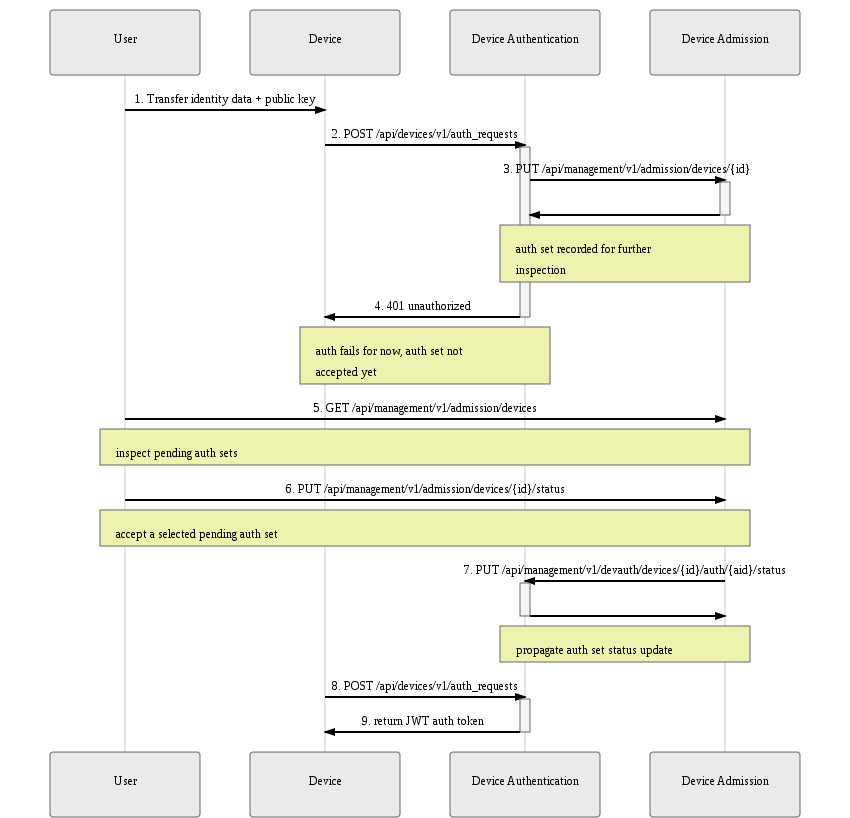
Before: 02.Architecture/02.Device-authentication/admit-on-req.png, a diagram exported from Mermaid (mendersoftware/mender-docs). Its source is kept beside it as 02.Architecture/02.Device-authentication/admit-on-req.mermaid. The source it was exported from:
```mermaid
sequenceDiagram
    participant User
    participant Device
    participant Device Authentication
    participant Device Admission

    User->>Device: 1. Transfer identity data + public key

    Device->>+Device Authentication: 2. POST /api/devices/v1/auth_requests
        Device Authentication->>+Device Admission: 3. PUT /api/management/v1/admission/devices/{id}
        Device Admission->>-Device Authentication:
         Note over Device Authentication,Device Admission: auth set recorded for further inspection
    Device Authentication->>-Device: 4. 401 unauthorized
    Note over Device,Device Authentication: auth fails for now, auth set not accepted yet

    User->>Device Admission: 5. GET /api/management/v1/admission/devices
    Note over User,Device Admission: inspect pending auth sets

    User->>Device Admission:  6. PUT /api/management/v1/admission/devices/{id}/status
    Note over User,Device Admission: accept a selected pending auth set

    Device Admission->>+Device Authentication:  7. PUT /api/management/v1/devauth/devices/{id}/auth/{aid}/status
    Device Authentication->>-Device Admission:
    Note over Device Admission,Device Authentication: propagate auth set status update

    Device->>+Device Authentication: 8. POST /api/devices/v1/auth_requests
    Device Authentication->>-Device: 9. return JWT auth token
```
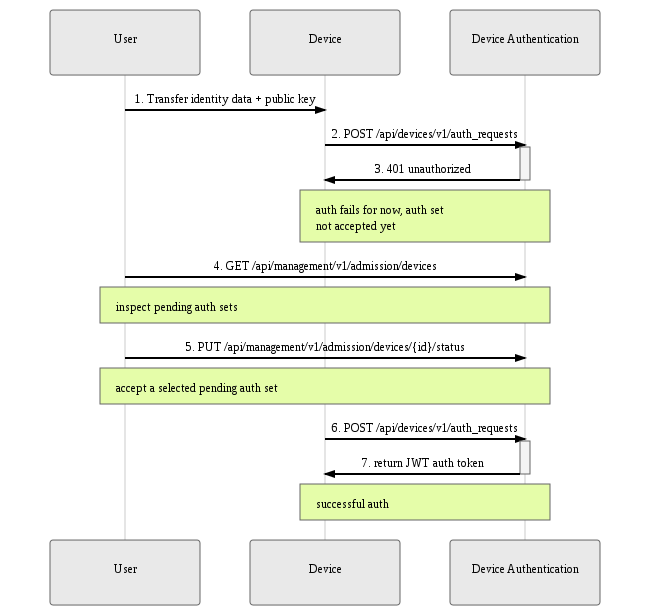
Above is the later version.

Commit message:
02.Architecture/02.Device-authentication: remove mention of the Device Admission service

The edit, as a diff of the source:
```diff
@@ -2,26 +2,20 @@
     participant User
     participant Device
     participant Device Authentication
-    participant Device Admission
 
     User->>Device: 1. Transfer identity data + public key
 
     Device->>+Device Authentication: 2. POST /api/devices/v1/auth_requests
-        Device Authentication->>+Device Admission: 3. PUT /api/management/v1/admission/devices/{id}
-        Device Admission->>-Device Authentication:
-         Note over Device Authentication,Device Admission: auth set recorded for further inspection
-    Device Authentication->>-Device: 4. 401 unauthorized
-    Note over Device,Device Authentication: auth fails for now, auth set not accepted yet
 
-    User->>Device Admission: 5. GET /api/management/v1/admission/devices
-    Note over User,Device Admission: inspect pending auth sets
+    Device Authentication->>-Device: 3. 401 unauthorized
+    Note over Device Authentication, Device: auth fails for now, auth set </br> not accepted yet
 
-    User->>Device Admission:  6. PUT /api/management/v1/admission/devices/{id}/status
-    Note over User,Device Admission: accept a selected pending auth set
+    User->>Device Authentication: 4. GET /api/management/v1/admission/devices
+    Note over User,Device Authentication: inspect pending auth sets
 
-    Device Admission->>+Device Authentication:  7. PUT /api/management/v1/devauth/devices/{id}/auth/{aid}/status
-    Device Authentication->>-Device Admission:
-    Note over Device Admission,Device Authentication: propagate auth set status update
+    User->>Device Authentication: 5. PUT /api/management/v1/admission/devices/{id}/status
+    Note over User,Device Authentication: accept a selected pending auth set
 
-    Device->>+Device Authentication: 8. POST /api/devices/v1/auth_requests
-    Device Authentication->>-Device: 9. return JWT auth token
+    Device->>+Device Authentication: 6. POST /api/devices/v1/auth_requests
+
+    Device Authentication->>-Device: 7. return JWT auth token
```
